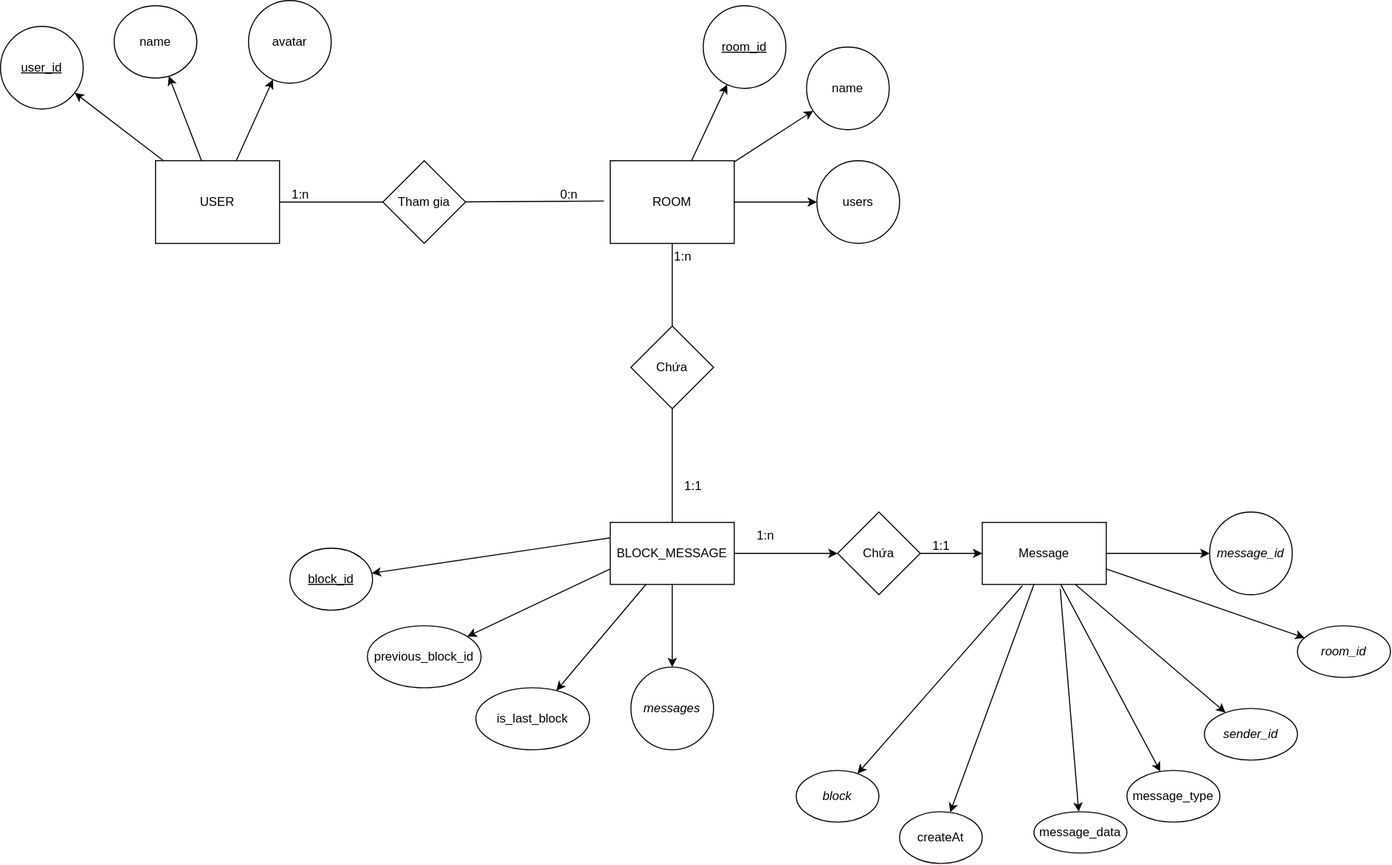
Above: EER.svg in aritoerp/assets (draw.io), before the change. Source tidied: cells renumbered, new cells last; positions are measured from the earlier drawing's top-left corner, leaving out a move shared by most shapes.
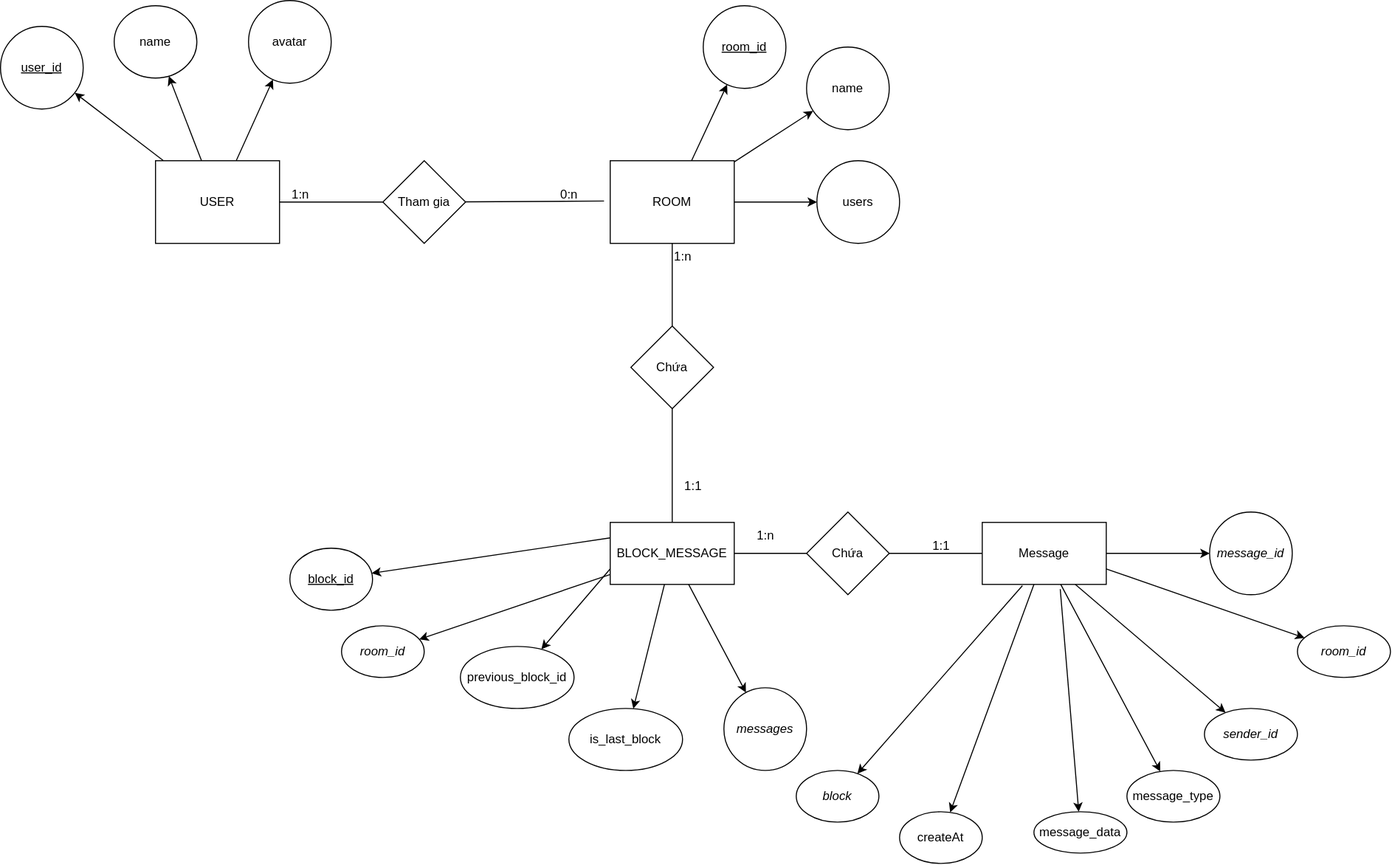
Later version of the same file.

What changed in the source:
```diff
@@ -122,29 +122,32 @@
     <mxCell id="41" style="rounded=0;jettySize=auto;html=1;exitX=0;exitY=0.75;exitDx=0;exitDy=0;" parent="1" edge="1" source="43" target="47">
       <mxGeometry relative="1" as="geometry" />
     </mxCell>
-    <mxCell id="42" style="edgeStyle=orthogonalEdgeStyle;rounded=0;jettySize=auto;html=1;" parent="1" edge="1" source="43" target="49">
+    <mxCell id="42" style="edgeStyle=orthogonalEdgeStyle;rounded=0;jettySize=auto;html=1;endArrow=none;endFill=0;" parent="1" edge="1" source="43" target="49">
       <mxGeometry relative="1" as="geometry" />
     </mxCell>
+    <mxCell id="55" style="rounded=0;jettySize=auto;html=1;" parent="1" edge="1" source="43" target="56">
+      <mxGeometry relative="1" as="geometry" />
+    </mxCell>
     <mxCell id="43" value="BLOCK_MESSAGE" style="rounded=0;whiteSpace=wrap;html=1;" parent="1" vertex="1">
       <mxGeometry x="590" y="505" width="120" height="60" as="geometry" />
     </mxCell>
     <mxCell id="44" value="&lt;i&gt;messages&lt;/i&gt;" style="ellipse;whiteSpace=wrap;html=1;rounded=0;" parent="1" vertex="1">
-      <mxGeometry x="610" y="645" width="80" height="80" as="geometry" />
+      <mxGeometry x="700" y="665" width="80" height="80" as="geometry" />
     </mxCell>
     <mxCell id="45" value="is_last_block" style="ellipse;whiteSpace=wrap;html=1;rounded=0;" parent="1" vertex="1">
-      <mxGeometry x="460" y="665" width="110" height="60" as="geometry" />
+      <mxGeometry x="550" y="685" width="110" height="60" as="geometry" />
     </mxCell>
     <mxCell id="46" value="&lt;u&gt;block_id&lt;/u&gt;" style="ellipse;whiteSpace=wrap;html=1;rounded=0;" parent="1" vertex="1">
       <mxGeometry x="280" y="530" width="80" height="60" as="geometry" />
     </mxCell>
     <mxCell id="47" value="previous_block_id" style="ellipse;whiteSpace=wrap;html=1;rounded=0;" parent="1" vertex="1">
-      <mxGeometry x="355" y="605" width="110" height="60" as="geometry" />
+      <mxGeometry x="445" y="625" width="110" height="60" as="geometry" />
     </mxCell>
-    <mxCell id="48" style="edgeStyle=orthogonalEdgeStyle;rounded=0;jettySize=auto;html=1;" parent="1" edge="1" source="49" target="52">
+    <mxCell id="48" style="edgeStyle=orthogonalEdgeStyle;rounded=0;jettySize=auto;html=1;endArrow=none;endFill=0;" parent="1" edge="1" source="49" target="52">
       <mxGeometry relative="1" as="geometry" />
     </mxCell>
     <mxCell id="49" value="Chứa" style="rhombus;whiteSpace=wrap;html=1;rounded=0;" parent="1" vertex="1">
-      <mxGeometry x="810" y="495" width="80" height="80" as="geometry" />
+      <mxGeometry x="780" y="495" width="80" height="80" as="geometry" />
     </mxCell>
     <mxCell id="50" value="1:n" style="text;html=1;align=center;verticalAlign=middle;strokeColor=none;fillColor=none;" parent="1" vertex="1">
       <mxGeometry x="720" y="503" width="40" height="30" as="geometry" />
@@ -161,5 +164,8 @@
     <mxCell id="54" value="&lt;i&gt;message_id&lt;/i&gt;" style="ellipse;whiteSpace=wrap;html=1;rounded=0;" parent="1" vertex="1">
       <mxGeometry x="1170" y="495" width="80" height="80" as="geometry" />
     </mxCell>
+    <mxCell id="56" value="&lt;i&gt;room_id&lt;/i&gt;" style="ellipse;whiteSpace=wrap;html=1;rounded=0;" parent="1" vertex="1">
+      <mxGeometry x="330" y="605" width="80" height="50" as="geometry" />
+    </mxCell>
   </root>
 </mxGraphModel>
```
